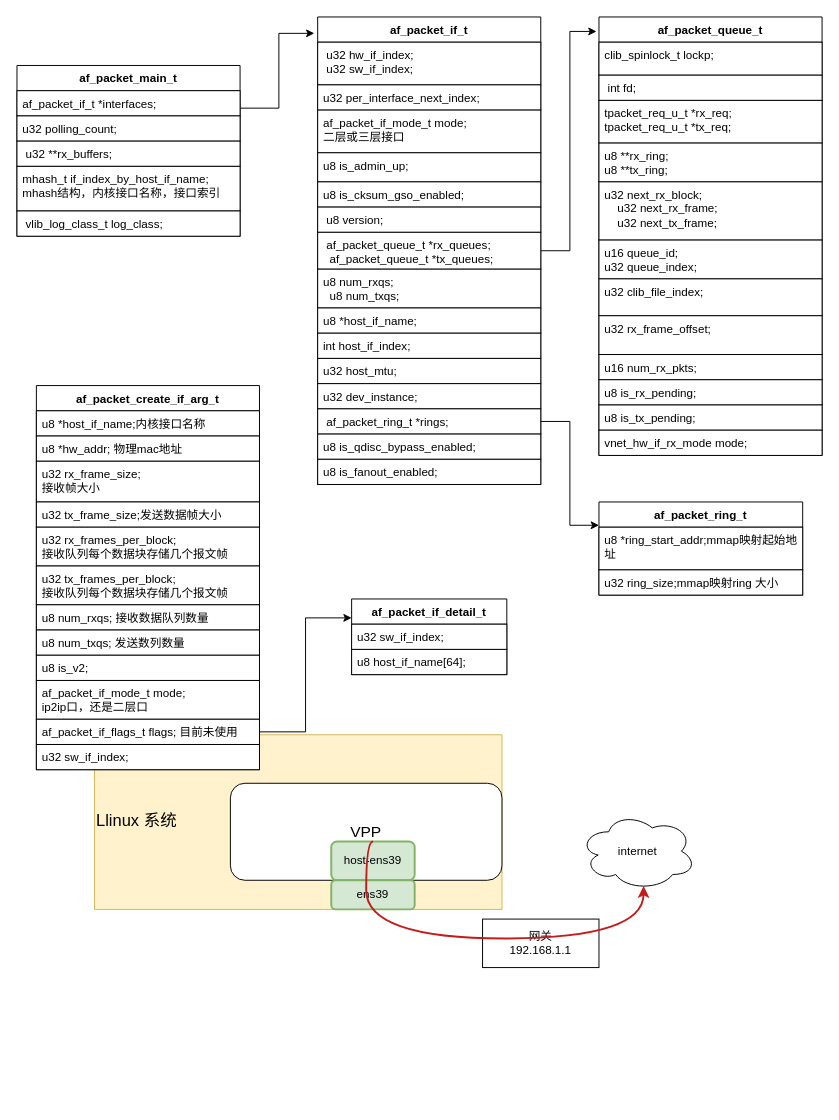
Before: new_map/AF_PACKET.drawio in jin13417/dpdk-vpp-learning, a draw.io diagram. Source tidied: cells renumbered, new cells numbered last; positions are measured from the earlier drawing's top-left corner, leaving out a move shared by most shapes. Both pictures are drawn from the tidied source at 97%, with x=0, y=0 at pixel (16, 16).
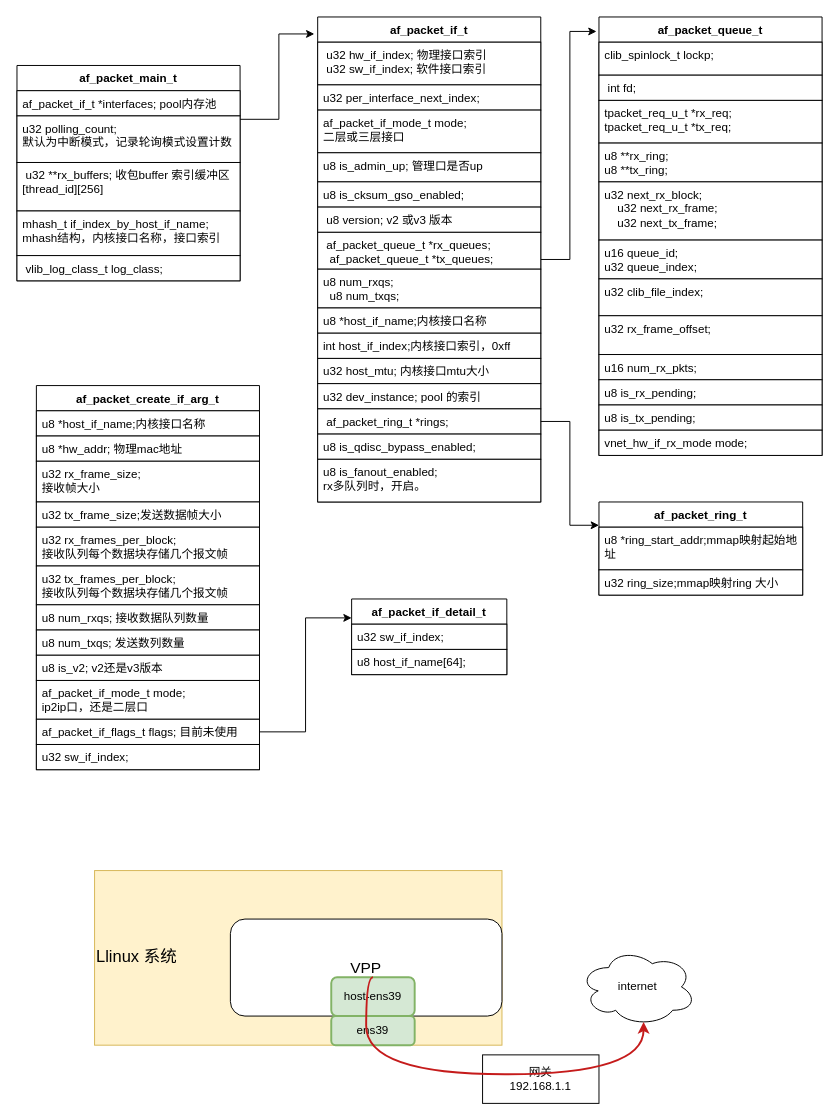
After the change.

The change refers to these unchanged cells:
```xml
<mxCell id="53" value="af_packet_create_if_arg_t" style="swimlane;fontStyle=1;align=center;verticalAlign=top;horizontal=1;startSize=26;whiteSpace=wrap;html=1;" parent="1" vertex="1">
  <mxGeometry x="20" y="380" width="230" height="396" as="geometry" />
</mxCell>
```

Diff of the diagram source:
```diff
@@
     <mxCell id="2" value="网关&lt;br&gt;192.168.1.1" style="rounded=0;whiteSpace=wrap;html=1;" parent="1" vertex="1">
-      <mxGeometry x="480" y="930" width="120" height="50" as="geometry" />
+      <mxGeometry x="480" y="1070" width="120" height="50" as="geometry" />
     </mxCell>
     <mxCell id="3" value="&lt;font style=&quot;font-size: 17px;&quot;&gt;Llinux 系统&lt;/font&gt;" style="rounded=0;whiteSpace=wrap;html=1;align=left;fillColor=#fff2cc;strokeColor=#d6b656;" parent="1" vertex="1">
-      <mxGeometry x="80" y="740" width="420" height="180" as="geometry" />
+      <mxGeometry x="80" y="880" width="420" height="180" as="geometry" />
     </mxCell>
     <mxCell id="4" value="&lt;font style=&quot;font-size: 16px;&quot;&gt;VPP&lt;/font&gt;" style="rounded=1;whiteSpace=wrap;html=1;" parent="1" vertex="1">
-      <mxGeometry x="220" y="790" width="280" height="100" as="geometry" />
+      <mxGeometry x="220" y="930" width="280" height="100" as="geometry" />
     </mxCell>
     <mxCell id="5" value="host-ens39" style="text;html=1;strokeColor=#82b366;fillColor=#d5e8d4;align=center;verticalAlign=middle;whiteSpace=wrap;rounded=1;strokeWidth=2;" parent="1" vertex="1">
-      <mxGeometry x="324" y="850" width="86" height="40" as="geometry" />
+      <mxGeometry x="324" y="990" width="86" height="40" as="geometry" />
     </mxCell>
     <mxCell id="6" value="ens39" style="text;html=1;strokeColor=#82b366;fillColor=#d5e8d4;align=center;verticalAlign=middle;whiteSpace=wrap;rounded=1;strokeWidth=2;" parent="1" vertex="1">
-      <mxGeometry x="324" y="890" width="86" height="30" as="geometry" />
+      <mxGeometry x="324" y="1030" width="86" height="30" as="geometry" />
     </mxCell>
     <mxCell id="7" value="internet" style="ellipse;shape=cloud;whiteSpace=wrap;html=1;" parent="1" vertex="1">
-      <mxGeometry x="580" y="820" width="120" height="80" as="geometry" />
+      <mxGeometry x="580" y="960" width="120" height="80" as="geometry" />
     </mxCell>
     <mxCell id="8" style="edgeStyle=orthogonalEdgeStyle;curved=1;rounded=0;jettySize=auto;html=1;exitX=0.5;exitY=0;exitDx=0;exitDy=0;entryX=0.55;entryY=0.95;entryDx=0;entryDy=0;entryPerimeter=0;strokeWidth=2;strokeColor=#c51b1b;" parent="1" edge="1" source="5" target="7">
       <mxGeometry relative="1" as="geometry">
         <Array as="points">
-          <mxPoint x="360" y="850" />
-          <mxPoint x="360" y="950" />
-          <mxPoint x="646" y="950" />
+          <mxPoint x="360" y="990" />
+          <mxPoint x="360" y="1090" />
+          <mxPoint x="646" y="1090" />
         </Array>
       </mxGeometry>
     </mxCell>
@@
     <mxCell id="10" value="af_packet_main_t" style="swimlane;fontStyle=1;align=center;verticalAlign=top;horizontal=1;startSize=26;whiteSpace=wrap;html=1;" parent="1" vertex="1">
-      <mxGeometry y="50" width="230" height="176" as="geometry" />
+      <mxGeometry y="50" width="230" height="222" as="geometry" />
     </mxCell>
-    <mxCell id="11" value="af_packet_if_t *interfaces;" style="text;strokeColor=default;fillColor=default;align=left;verticalAlign=top;spacingLeft=4;spacingRight=4;overflow=hidden;whiteSpace=wrap;html=1;" parent="10" vertex="1">
+    <mxCell id="11" value="af_packet_if_t *interfaces; pool内存池" style="text;strokeColor=default;fillColor=default;align=left;verticalAlign=top;spacingLeft=4;spacingRight=4;overflow=hidden;whiteSpace=wrap;html=1;" parent="10" vertex="1">
       <mxGeometry y="26" width="230" height="26" as="geometry" />
     </mxCell>
-    <mxCell id="12" value="u32 polling_count;" style="text;strokeColor=default;fillColor=default;align=left;verticalAlign=top;spacingLeft=4;spacingRight=4;overflow=hidden;whiteSpace=wrap;html=1;" parent="10" vertex="1">
-      <mxGeometry y="52" width="230" height="26" as="geometry" />
+    <mxCell id="12" value="u32 polling_count;&amp;nbsp;&lt;br&gt;默认为中断模式，记录轮询模式设置计数" style="text;strokeColor=default;fillColor=default;align=left;verticalAlign=top;spacingLeft=4;spacingRight=4;overflow=hidden;whiteSpace=wrap;html=1;" parent="10" vertex="1">
+      <mxGeometry y="52" width="230" height="48" as="geometry" />
     </mxCell>
-    <mxCell id="13" value="&amp;nbsp;u32 **rx_buffers;" style="text;strokeColor=default;fillColor=default;align=left;verticalAlign=top;spacingLeft=4;spacingRight=4;overflow=hidden;whiteSpace=wrap;html=1;" parent="10" vertex="1">
-      <mxGeometry y="78" width="230" height="26" as="geometry" />
+    <mxCell id="13" value="&amp;nbsp;u32 **rx_buffers; 收包buffer 索引缓冲区&lt;br&gt;[thread_id][256]&lt;br&gt;" style="text;strokeColor=default;fillColor=default;align=left;verticalAlign=top;spacingLeft=4;spacingRight=4;overflow=hidden;whiteSpace=wrap;html=1;" parent="10" vertex="1">
+      <mxGeometry y="100" width="230" height="50" as="geometry" />
     </mxCell>
     <mxCell id="14" value="mhash_t if_index_by_host_if_name;&lt;br&gt;mhash结构，内核接口名称，接口索引" style="text;strokeColor=default;fillColor=default;align=left;verticalAlign=top;spacingLeft=4;spacingRight=4;overflow=hidden;whiteSpace=wrap;html=1;" parent="10" vertex="1">
-      <mxGeometry y="104" width="230" height="46" as="geometry" />
+      <mxGeometry y="150" width="230" height="46" as="geometry" />
     </mxCell>
     <mxCell id="15" value="&amp;nbsp;vlib_log_class_t log_class;" style="text;strokeColor=default;fillColor=default;align=left;verticalAlign=top;spacingLeft=4;spacingRight=4;overflow=hidden;whiteSpace=wrap;html=1;" parent="10" vertex="1">
-      <mxGeometry y="150" width="230" height="26" as="geometry" />
+      <mxGeometry y="196" width="230" height="26" as="geometry" />
     </mxCell>
@@
     <mxCell id="17" value="af_packet_if_t" style="swimlane;fontStyle=1;align=center;verticalAlign=top;horizontal=1;startSize=26;whiteSpace=wrap;html=1;" parent="1" vertex="1">
-      <mxGeometry x="310" width="230" height="482" as="geometry" />
+      <mxGeometry x="310" width="230" height="500" as="geometry" />
     </mxCell>
-    <mxCell id="18" value="&lt;div&gt;&amp;nbsp;u32 hw_if_index;&lt;/div&gt;&lt;div&gt;&amp;nbsp;u32 sw_if_index;&lt;/div&gt;" style="text;strokeColor=default;fillColor=default;align=left;verticalAlign=top;spacingLeft=4;spacingRight=4;overflow=hidden;whiteSpace=wrap;html=1;" parent="17" vertex="1">
+    <mxCell id="18" value="&lt;div&gt;&amp;nbsp;u32 hw_if_index; 物理接口索引&lt;/div&gt;&lt;div&gt;&amp;nbsp;u32 sw_if_index; 软件接口索引&lt;/div&gt;" style="text;strokeColor=default;fillColor=default;align=left;verticalAlign=top;spacingLeft=4;spacingRight=4;overflow=hidden;whiteSpace=wrap;html=1;" parent="17" vertex="1">
       <mxGeometry y="26" width="230" height="44" as="geometry" />
     </mxCell>
@@
-    <mxCell id="21" value="u8 is_admin_up;" style="text;strokeColor=default;fillColor=default;align=left;verticalAlign=top;spacingLeft=4;spacingRight=4;overflow=hidden;whiteSpace=wrap;html=1;" parent="17" vertex="1">
+    <mxCell id="21" value="u8 is_admin_up; 管理口是否up" style="text;strokeColor=default;fillColor=default;align=left;verticalAlign=top;spacingLeft=4;spacingRight=4;overflow=hidden;whiteSpace=wrap;html=1;" parent="17" vertex="1">
       <mxGeometry y="140" width="230" height="30" as="geometry" />
     </mxCell>
@@
-    <mxCell id="23" value="&amp;nbsp;u8 version;" style="text;strokeColor=default;fillColor=default;align=left;verticalAlign=top;spacingLeft=4;spacingRight=4;overflow=hidden;whiteSpace=wrap;html=1;" parent="17" vertex="1">
+    <mxCell id="23" value="&amp;nbsp;u8 version; v2 或v3 版本" style="text;strokeColor=default;fillColor=default;align=left;verticalAlign=top;spacingLeft=4;spacingRight=4;overflow=hidden;whiteSpace=wrap;html=1;" parent="17" vertex="1">
       <mxGeometry y="196" width="230" height="26" as="geometry" />
     </mxCell>
@@
-    <mxCell id="26" value="u8 *host_if_name;" style="text;strokeColor=default;fillColor=default;align=left;verticalAlign=top;spacingLeft=4;spacingRight=4;overflow=hidden;whiteSpace=wrap;html=1;" parent="17" vertex="1">
+    <mxCell id="26" value="u8 *host_if_name;内核接口名称" style="text;strokeColor=default;fillColor=default;align=left;verticalAlign=top;spacingLeft=4;spacingRight=4;overflow=hidden;whiteSpace=wrap;html=1;" parent="17" vertex="1">
       <mxGeometry y="300" width="230" height="26" as="geometry" />
     </mxCell>
-    <mxCell id="27" value="int host_if_index;" style="text;strokeColor=default;fillColor=default;align=left;verticalAlign=top;spacingLeft=4;spacingRight=4;overflow=hidden;whiteSpace=wrap;html=1;" parent="17" vertex="1">
+    <mxCell id="27" value="int host_if_index;内核接口索引，0xff" style="text;strokeColor=default;fillColor=default;align=left;verticalAlign=top;spacingLeft=4;spacingRight=4;overflow=hidden;whiteSpace=wrap;html=1;" parent="17" vertex="1">
       <mxGeometry y="326" width="230" height="26" as="geometry" />
     </mxCell>
-    <mxCell id="28" value="u32 host_mtu;" style="text;strokeColor=default;fillColor=default;align=left;verticalAlign=top;spacingLeft=4;spacingRight=4;overflow=hidden;whiteSpace=wrap;html=1;" parent="17" vertex="1">
+    <mxCell id="28" value="u32 host_mtu; 内核接口mtu大小" style="text;strokeColor=default;fillColor=default;align=left;verticalAlign=top;spacingLeft=4;spacingRight=4;overflow=hidden;whiteSpace=wrap;html=1;" parent="17" vertex="1">
       <mxGeometry y="352" width="230" height="26" as="geometry" />
     </mxCell>
-    <mxCell id="29" value="u32 dev_instance;" style="text;strokeColor=default;fillColor=default;align=left;verticalAlign=top;spacingLeft=4;spacingRight=4;overflow=hidden;whiteSpace=wrap;html=1;" parent="17" vertex="1">
+    <mxCell id="29" value="u32 dev_instance; pool 的索引" style="text;strokeColor=default;fillColor=default;align=left;verticalAlign=top;spacingLeft=4;spacingRight=4;overflow=hidden;whiteSpace=wrap;html=1;" parent="17" vertex="1">
       <mxGeometry y="378" width="230" height="26" as="geometry" />
     </mxCell>
@@
-    <mxCell id="32" value="u8 is_fanout_enabled;" style="text;strokeColor=default;fillColor=default;align=left;verticalAlign=top;spacingLeft=4;spacingRight=4;overflow=hidden;whiteSpace=wrap;html=1;" parent="17" vertex="1">
-      <mxGeometry y="456" width="230" height="26" as="geometry" />
+    <mxCell id="32" value="u8 is_fanout_enabled;&lt;br&gt;rx多队列时，开启。" style="text;strokeColor=default;fillColor=default;align=left;verticalAlign=top;spacingLeft=4;spacingRight=4;overflow=hidden;whiteSpace=wrap;html=1;" parent="17" vertex="1">
+      <mxGeometry y="456" width="230" height="44" as="geometry" />
     </mxCell>
@@
-    <mxCell id="62" value="u8 is_v2;" style="text;strokeColor=default;fillColor=default;align=left;verticalAlign=top;spacingLeft=4;spacingRight=4;overflow=hidden;whiteSpace=wrap;html=1;" parent="53" vertex="1">
+    <mxCell id="62" value="u8 is_v2; v2还是v3版本" style="text;strokeColor=default;fillColor=default;align=left;verticalAlign=top;spacingLeft=4;spacingRight=4;overflow=hidden;whiteSpace=wrap;html=1;" parent="53" vertex="1">
       <mxGeometry y="278" width="230" height="26" as="geometry" />
     </mxCell>
```
